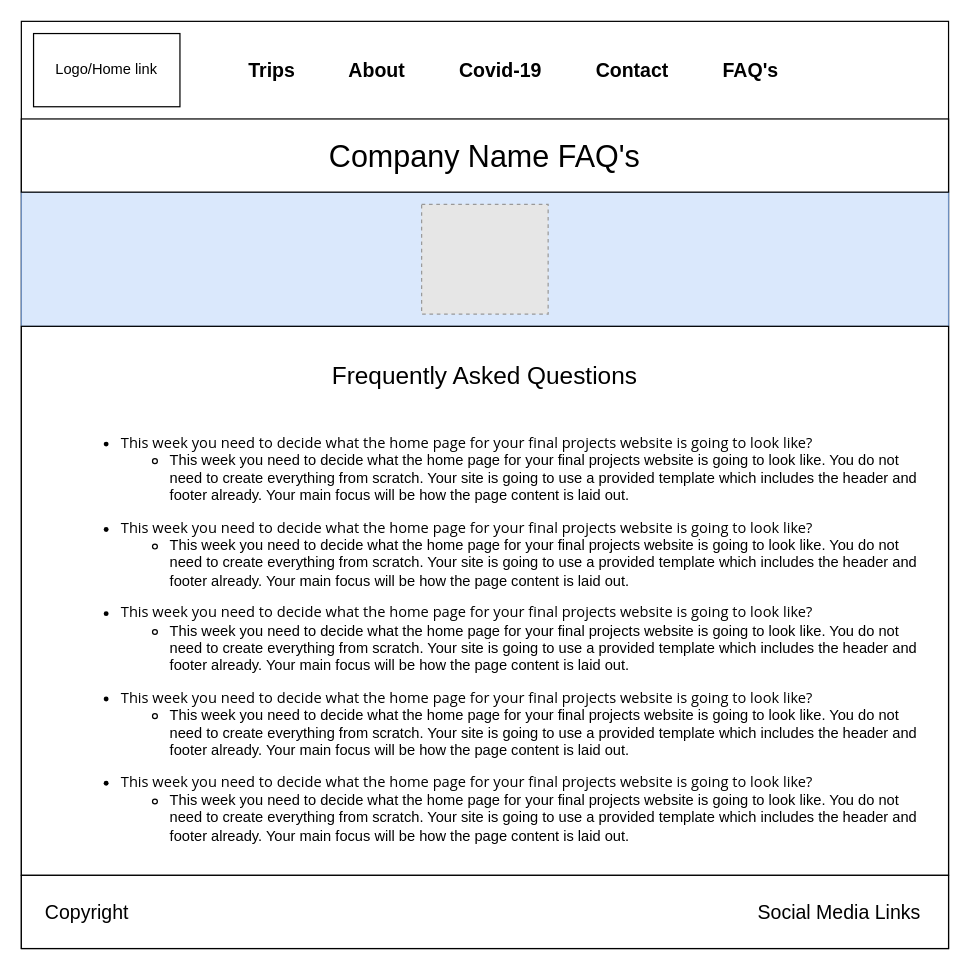
MatthewPratt7/pratt-wdd-130 keeps this draw.io diagram as Other/Final Project Wireframe (Child page - Covid).drawio. Above is the earlier version. Source tidied: cells renumbered, new cells numbered last; positions are measured from the earlier drawing's top-left corner, leaving out a move shared by most shapes. Both pictures are drawn from the tidied source at 122%, with x=0, y=0 at pixel (21, 21). Pictures stored in the file or linked from it are replaced by grey dashed boxes.
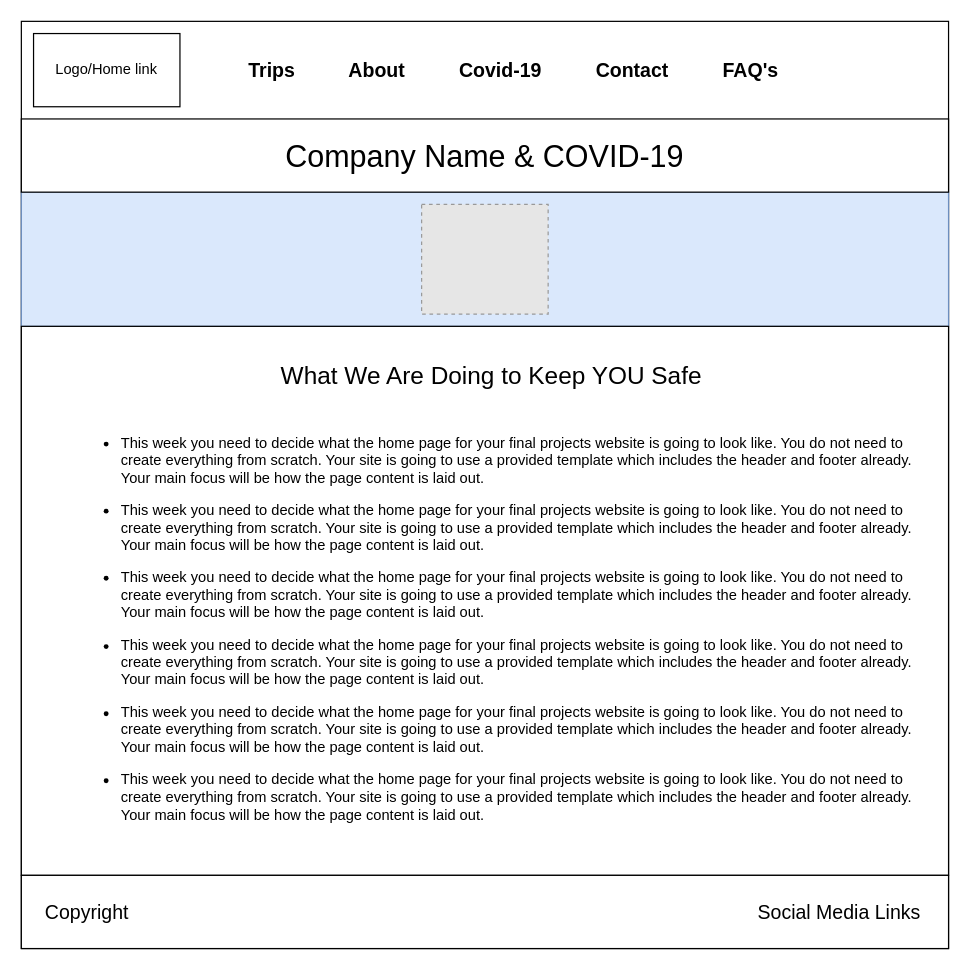
Above is the later version.

Commit message:
Data Organzation

What changed in the source:
```diff
@@
 <mxGraphModel>
   <root>
     <mxCell id="0" />
     <mxCell id="1" parent="0" />
     <mxCell id="2" style="rounded=0;whiteSpace=wrap;html=1;" parent="1" vertex="1">
       <mxGeometry width="760" height="760" as="geometry" />
     </mxCell>
     <mxCell id="3" style="rounded=0;whiteSpace=wrap;html=1;fillColor=#dae8fc;strokeColor=#6c8ebf;" parent="1" vertex="1">
       <mxGeometry y="140" width="760" height="110" as="geometry" />
     </mxCell>
     <mxCell id="4" style="fillColor=#E6E6E6;strokeColor=#999999;dashed=1;verticalLabelPosition=bottom;verticalAlign=top;" parent="1" vertex="1">
       <mxGeometry x="328.1" y="150" width="103.7" height="90" as="geometry" />
     </mxCell>
     <mxCell id="5" value="Logo/Home link" style="rounded=0;whiteSpace=wrap;html=1;" parent="1" vertex="1">
       <mxGeometry x="10" y="10" width="120" height="60" as="geometry" />
     </mxCell>
     <mxCell id="6" value="&lt;font style=&quot;font-size: 16px&quot;&gt;&lt;b&gt;&amp;nbsp; &amp;nbsp; &amp;nbsp; &amp;nbsp; &amp;nbsp; Trips&amp;nbsp; &amp;nbsp; &amp;nbsp; &amp;nbsp; &amp;nbsp; About&amp;nbsp; &amp;nbsp; &amp;nbsp; &amp;nbsp; &amp;nbsp; Covid-19&amp;nbsp; &amp;nbsp; &amp;nbsp; &amp;nbsp; &amp;nbsp; Contact&amp;nbsp; &amp;nbsp; &amp;nbsp; &amp;nbsp; &amp;nbsp; FAQ's&lt;/b&gt;&lt;/font&gt;" style="rounded=0;whiteSpace=wrap;html=1;strokeColor=#FFFFFF;align=left;" parent="1" vertex="1">
       <mxGeometry x="140" y="10" width="610" height="60" as="geometry" />
     </mxCell>
-    <mxCell id="7" value="Company Name FAQ's" style="rounded=0;whiteSpace=wrap;html=1;fillColor=#ffffff;gradientColor=none;fontSize=25;" parent="1" vertex="1">
+    <mxCell id="7" value="Company Name &amp;amp; COVID-19" style="rounded=0;whiteSpace=wrap;html=1;fillColor=#ffffff;gradientColor=none;fontSize=25;" parent="1" vertex="1">
       <mxGeometry y="80" width="760" height="60" as="geometry" />
     </mxCell>
     <mxCell id="8" style="rounded=0;whiteSpace=wrap;html=1;strokeColor=#000000;fillColor=#ffffff;gradientColor=none;fontSize=25;" parent="1" vertex="1">
       <mxGeometry y="250" width="760" height="450" as="geometry" />
     </mxCell>
     <mxCell id="9" value="&lt;font style=&quot;font-size: 16px&quot;&gt;&lt;span&gt;&amp;nbsp; &amp;nbsp; Copyright&amp;nbsp; &amp;nbsp; &amp;nbsp; &amp;nbsp; &amp;nbsp; &amp;nbsp; &amp;nbsp; &amp;nbsp; &amp;nbsp; &amp;nbsp; &amp;nbsp; &amp;nbsp; &amp;nbsp; &amp;nbsp; &amp;nbsp; &amp;nbsp; &amp;nbsp; &amp;nbsp; &amp;nbsp; &amp;nbsp; &amp;nbsp; &amp;nbsp; &amp;nbsp; &amp;nbsp; &amp;nbsp; &amp;nbsp; &amp;nbsp; &amp;nbsp; &amp;nbsp; &amp;nbsp; &amp;nbsp; &amp;nbsp; &amp;nbsp; &amp;nbsp; &amp;nbsp; &amp;nbsp; &amp;nbsp; &amp;nbsp; &amp;nbsp; &amp;nbsp; &amp;nbsp; &amp;nbsp; &amp;nbsp; &amp;nbsp; &amp;nbsp; &amp;nbsp; &amp;nbsp; &amp;nbsp; &amp;nbsp; &amp;nbsp; &amp;nbsp; &amp;nbsp; &amp;nbsp; &amp;nbsp; &amp;nbsp; &amp;nbsp; &amp;nbsp; &amp;nbsp; Social Media Links&lt;/span&gt;&lt;/font&gt;" style="rounded=0;whiteSpace=wrap;html=1;align=left;fontStyle=0;" parent="1" vertex="1">
       <mxGeometry y="700" width="760" height="60" as="geometry" />
     </mxCell>
-    <mxCell id="10" value="Frequently Asked Questions" style="rounded=0;whiteSpace=wrap;html=1;fillColor=#ffffff;gradientColor=none;fontSize=20;strokeColor=#FFFFFF;" parent="1" vertex="1">
-      <mxGeometry x="211.2" y="260" width="337.5" height="60" as="geometry" />
+    <mxCell id="10" value="What We Are Doing to Keep YOU Safe" style="rounded=0;whiteSpace=wrap;html=1;fillColor=#ffffff;gradientColor=none;fontSize=20;strokeColor=#FFFFFF;" parent="1" vertex="1">
+      <mxGeometry x="211.2" y="260" width="348.8" height="60" as="geometry" />
     </mxCell>
-    <mxCell id="11" value="&lt;ul&gt;&lt;li&gt;&lt;span style=&quot;font-family: &amp;#34;open sans&amp;#34; , sans-serif ; font-size: 12px ; background-color: rgb(255 , 255 , 255) ; line-height: 120%&quot;&gt;This week you need to decide what the home page for your final projects website is going to look like?&lt;/span&gt;&lt;/li&gt;&lt;ul&gt;&lt;li&gt;This week you need to decide what the home page for your final projects website is going to look like. You do not need to create everything from scratch. Your site is going to use a provided template which includes the header and footer already. Your main focus will be how the page content is laid out.&lt;/li&gt;&lt;/ul&gt;&lt;/ul&gt;&lt;ul&gt;&lt;/ul&gt;&lt;ul&gt;&lt;li&gt;&lt;span style=&quot;font-family: &amp;#34;open sans&amp;#34; , sans-serif ; background-color: rgb(255 , 255 , 255) ; line-height: 14.4px&quot;&gt;This week you need to decide what the home page for your final projects website is going to look like?&lt;/span&gt;&lt;/li&gt;&lt;ul&gt;&lt;li&gt;This week you need to decide what the home page for your final projects website is going to look like. You do not need to create everything from scratch. Your site is going to use a provided template which includes the header and footer already. Your main focus will be how the page content is laid out.&lt;/li&gt;&lt;/ul&gt;&lt;/ul&gt;&lt;div&gt;&lt;ul&gt;&lt;li&gt;&lt;span style=&quot;font-family: &amp;#34;open sans&amp;#34; , sans-serif ; background-color: rgb(255 , 255 , 255) ; line-height: 14.4px&quot;&gt;This week you need to decide what the home page for your final projects website is going to look like?&lt;/span&gt;&lt;/li&gt;&lt;ul&gt;&lt;li&gt;This week you need to decide what the home page for your final projects website is going to look like. You do not need to create everything from scratch. Your site is going to use a provided template which includes the header and footer already. Your main focus will be how the page content is laid out.&lt;/li&gt;&lt;/ul&gt;&lt;/ul&gt;&lt;div&gt;&lt;ul&gt;&lt;li&gt;&lt;span style=&quot;font-family: &amp;#34;open sans&amp;#34; , sans-serif ; background-color: rgb(255 , 255 , 255) ; line-height: 14.4px&quot;&gt;This week you need to decide what the home page for your final projects website is going to look like?&lt;/span&gt;&lt;/li&gt;&lt;ul&gt;&lt;li&gt;This week you need to decide what the home page for your final projects website is going to look like. You do not need to create everything from scratch. Your site is going to use a provided template which includes the header and footer already. Your main focus will be how the page content is laid out.&lt;/li&gt;&lt;/ul&gt;&lt;/ul&gt;&lt;div&gt;&lt;ul&gt;&lt;li&gt;&lt;span style=&quot;font-family: &amp;#34;open sans&amp;#34; , sans-serif ; background-color: rgb(255 , 255 , 255) ; line-height: 14.4px&quot;&gt;This week you need to decide what the home page for your final projects website is going to look like?&lt;/span&gt;&lt;/li&gt;&lt;ul&gt;&lt;li&gt;This week you need to decide what the home page for your final projects website is going to look like. You do not need to create everything from scratch. Your site is going to use a provided template which includes the header and footer already. Your main focus will be how the page content is laid out.&lt;/li&gt;&lt;/ul&gt;&lt;/ul&gt;&lt;/div&gt;&lt;/div&gt;&lt;/div&gt;" style="rounded=0;whiteSpace=wrap;html=1;strokeColor=#FFFFFF;fillColor=#ffffff;gradientColor=none;fontSize=12;align=left;verticalAlign=top;" parent="1" vertex="1">
+    <mxCell id="11" value="&lt;ul&gt;&lt;li&gt;This week you need to decide what the home page for your final projects website is going to look like. You do not need to create everything from scratch. Your site is going to use a provided template which includes the header and footer already. Your main focus will be how the page content is laid out.&lt;/li&gt;&lt;/ul&gt;&lt;div&gt;&lt;div&gt;&lt;div&gt;&lt;ul&gt;&lt;li&gt;This week you need to decide what the home page for your final projects website is going to look like. You do not need to create everything from scratch. Your site is going to use a provided template which includes the header and footer already. Your main focus will be how the page content is laid out.&lt;/li&gt;&lt;/ul&gt;&lt;div&gt;&lt;ul&gt;&lt;li&gt;This week you need to decide what the home page for your final projects website is going to look like. You do not need to create everything from scratch. Your site is going to use a provided template which includes the header and footer already. Your main focus will be how the page content is laid out.&lt;/li&gt;&lt;/ul&gt;&lt;div&gt;&lt;ul&gt;&lt;li&gt;This week you need to decide what the home page for your final projects website is going to look like. You do not need to create everything from scratch. Your site is going to use a provided template which includes the header and footer already. Your main focus will be how the page content is laid out.&lt;/li&gt;&lt;/ul&gt;&lt;div&gt;&lt;ul&gt;&lt;li&gt;This week you need to decide what the home page for your final projects website is going to look like. You do not need to create everything from scratch. Your site is going to use a provided template which includes the header and footer already. Your main focus will be how the page content is laid out.&lt;/li&gt;&lt;/ul&gt;&lt;div&gt;&lt;ul&gt;&lt;li&gt;This week you need to decide what the home page for your final projects website is going to look like. You do not need to create everything from scratch. Your site is going to use a provided template which includes the header and footer already. Your main focus will be how the page content is laid out.&lt;/li&gt;&lt;/ul&gt;&lt;/div&gt;&lt;/div&gt;&lt;/div&gt;&lt;/div&gt;&lt;/div&gt;&lt;/div&gt;&lt;/div&gt;" style="rounded=0;whiteSpace=wrap;html=1;strokeColor=#FFFFFF;fillColor=#ffffff;gradientColor=none;fontSize=12;align=left;verticalAlign=top;" parent="1" vertex="1">
       <mxGeometry x="40" y="320" width="700" height="350" as="geometry" />
     </mxCell>
   </root>
 </mxGraphModel>
```
